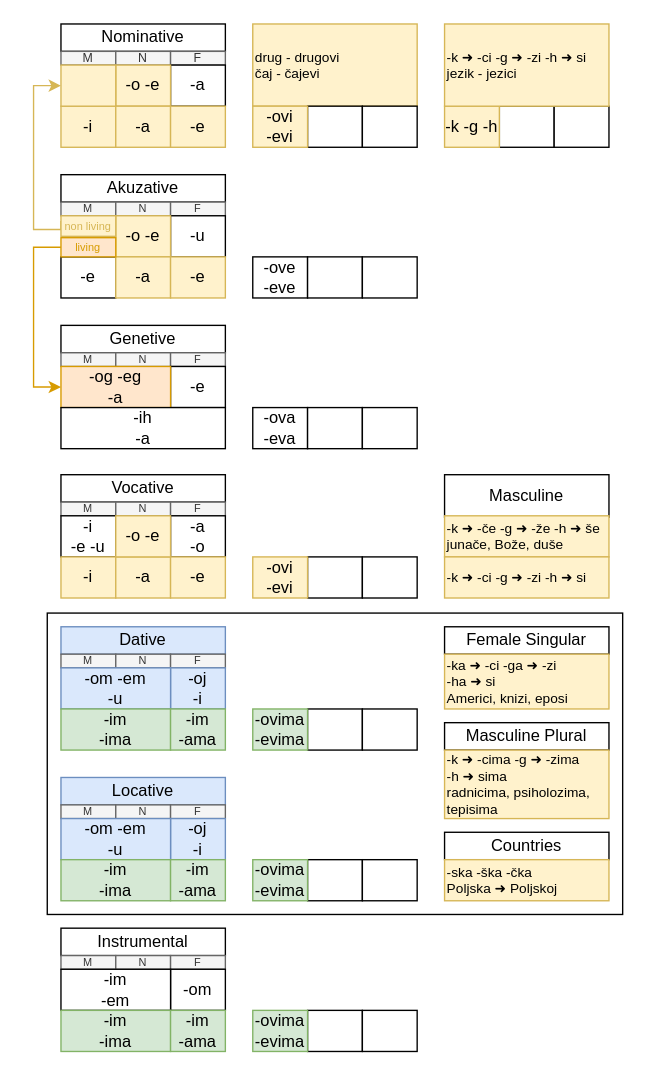
The draw.io diagram padezi.drawio in vlandivir/srpski, before the edit. Source tidied: cells renumbered, new cells numbered last; positions are measured from the earlier drawing's top-left corner, leaving out a move shared by most shapes. Both pictures are drawn from the tidied source at 137%, with x=0, y=0 at pixel (33, 23).
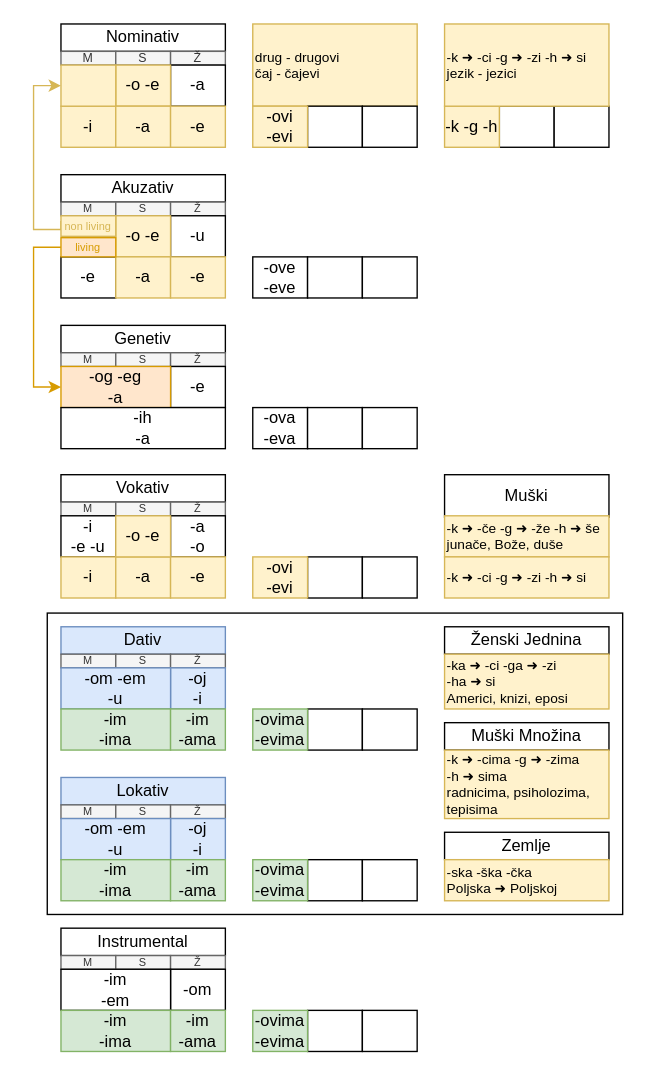
The same diagram, later.

Diff of the diagram source:
```diff
@@
-    <mxCell id="3" value="Masculine" style="rounded=0;whiteSpace=wrap;html=1;" parent="1" vertex="1">
+    <mxCell id="3" value="Muški" style="rounded=0;whiteSpace=wrap;html=1;" parent="1" vertex="1">
       <mxGeometry x="300" y="329" width="120" height="31" as="geometry" />
     </mxCell>
@@
-    <mxCell id="5" value="Nominative" style="rounded=0;whiteSpace=wrap;html=1;" parent="1" vertex="1">
+    <mxCell id="5" value="Nominativ" style="rounded=0;whiteSpace=wrap;html=1;" parent="1" vertex="1">
       <mxGeometry x="20" width="120" height="20" as="geometry" />
     </mxCell>
-    <mxCell id="6" value="M" style="rounded=0;whiteSpace=wrap;html=1;fillColor=#f5f5f5;fontColor=#333333;strokeColor=#666666;fontSize=9;" parent="1" vertex="1">
+    <mxCell id="6" value="M" style="rounded=0;whiteSpace=wrap;html=1;fillColor=#f5f5f5;fontColor=#333333;strokeColor=#666666;fontSize=9;verticalAlign=middle;horizontal=1;" parent="1" vertex="1">
       <mxGeometry x="20" y="20" width="40" height="10" as="geometry" />
     </mxCell>
-    <mxCell id="7" value="N" style="rounded=0;whiteSpace=wrap;html=1;fillColor=#f5f5f5;fontColor=#333333;strokeColor=#666666;fontSize=9;" parent="1" vertex="1">
+    <mxCell id="7" value="S" style="rounded=0;whiteSpace=wrap;html=1;fillColor=#f5f5f5;fontColor=#333333;strokeColor=#666666;fontSize=9;verticalAlign=middle;horizontal=1;" parent="1" vertex="1">
       <mxGeometry x="60" y="20" width="40" height="10" as="geometry" />
     </mxCell>
-    <mxCell id="8" value="F" style="rounded=0;whiteSpace=wrap;html=1;fillColor=#f5f5f5;fontColor=#333333;strokeColor=#666666;fontSize=9;" parent="1" vertex="1">
+    <mxCell id="8" value="Ž" style="rounded=0;whiteSpace=wrap;html=1;fillColor=#f5f5f5;fontColor=#333333;strokeColor=#666666;fontSize=9;verticalAlign=middle;horizontal=1;" parent="1" vertex="1">
       <mxGeometry x="100" y="20" width="40" height="10" as="geometry" />
     </mxCell>
@@
-    <mxCell id="15" value="Akuzative" style="rounded=0;whiteSpace=wrap;html=1;" parent="1" vertex="1">
+    <mxCell id="15" value="Akuzativ" style="rounded=0;whiteSpace=wrap;html=1;" parent="1" vertex="1">
       <mxGeometry x="20" y="110" width="120" height="20" as="geometry" />
     </mxCell>
@@
-    <mxCell id="17" value="N" style="rounded=0;whiteSpace=wrap;html=1;fontSize=8;fillColor=#f5f5f5;fontColor=#333333;strokeColor=#666666;" parent="1" vertex="1">
+    <mxCell id="17" value="S" style="rounded=0;whiteSpace=wrap;html=1;fontSize=8;fillColor=#f5f5f5;fontColor=#333333;strokeColor=#666666;" parent="1" vertex="1">
       <mxGeometry x="60" y="130" width="40" height="10" as="geometry" />
     </mxCell>
-    <mxCell id="18" value="F" style="rounded=0;whiteSpace=wrap;html=1;fontSize=8;fillColor=#f5f5f5;fontColor=#333333;strokeColor=#666666;" parent="1" vertex="1">
+    <mxCell id="18" value="Ž" style="rounded=0;whiteSpace=wrap;html=1;fontSize=8;fillColor=#f5f5f5;fontColor=#333333;strokeColor=#666666;" parent="1" vertex="1">
       <mxGeometry x="100" y="130" width="40" height="10" as="geometry" />
     </mxCell>
@@
-    <mxCell id="25" value="Genetive" style="rounded=0;whiteSpace=wrap;html=1;" parent="1" vertex="1">
+    <mxCell id="25" value="Genetiv" style="rounded=0;whiteSpace=wrap;html=1;" parent="1" vertex="1">
       <mxGeometry x="20" y="220" width="120" height="20" as="geometry" />
     </mxCell>
@@
-    <mxCell id="27" value="N" style="rounded=0;whiteSpace=wrap;html=1;fontSize=8;fillColor=#f5f5f5;fontColor=#333333;strokeColor=#666666;" parent="1" vertex="1">
+    <mxCell id="27" value="S" style="rounded=0;whiteSpace=wrap;html=1;fontSize=8;fillColor=#f5f5f5;fontColor=#333333;strokeColor=#666666;" parent="1" vertex="1">
       <mxGeometry x="60" y="240" width="40" height="10" as="geometry" />
     </mxCell>
-    <mxCell id="28" value="F" style="rounded=0;whiteSpace=wrap;html=1;fontSize=8;fillColor=#f5f5f5;fontColor=#333333;strokeColor=#666666;" parent="1" vertex="1">
+    <mxCell id="28" value="Ž" style="rounded=0;whiteSpace=wrap;html=1;fontSize=8;fillColor=#f5f5f5;fontColor=#333333;strokeColor=#666666;" parent="1" vertex="1">
       <mxGeometry x="100" y="240" width="40" height="10" as="geometry" />
     </mxCell>
@@
-    <mxCell id="35" value="Dative" style="rounded=0;whiteSpace=wrap;html=1;fillColor=#dae8fc;strokeColor=#6c8ebf;" parent="1" vertex="1">
+    <mxCell id="35" value="Dativ" style="rounded=0;whiteSpace=wrap;html=1;fillColor=#dae8fc;strokeColor=#6c8ebf;" parent="1" vertex="1">
       <mxGeometry x="20" y="440" width="120" height="20" as="geometry" />
     </mxCell>
@@
-    <mxCell id="37" value="N" style="rounded=0;whiteSpace=wrap;html=1;fontSize=8;fillColor=#f5f5f5;fontColor=#333333;strokeColor=#666666;" parent="1" vertex="1">
+    <mxCell id="37" value="S" style="rounded=0;whiteSpace=wrap;html=1;fontSize=8;fillColor=#f5f5f5;fontColor=#333333;strokeColor=#666666;" parent="1" vertex="1">
       <mxGeometry x="60" y="460" width="40" height="10" as="geometry" />
     </mxCell>
-    <mxCell id="38" value="F" style="rounded=0;whiteSpace=wrap;html=1;fontSize=8;fillColor=#f5f5f5;fontColor=#333333;strokeColor=#666666;" parent="1" vertex="1">
+    <mxCell id="38" value="Ž" style="rounded=0;whiteSpace=wrap;html=1;fontSize=8;fillColor=#f5f5f5;fontColor=#333333;strokeColor=#666666;" parent="1" vertex="1">
       <mxGeometry x="100" y="460" width="40" height="10" as="geometry" />
     </mxCell>
@@
-    <mxCell id="43" value="Locative" style="rounded=0;whiteSpace=wrap;html=1;fillColor=#dae8fc;strokeColor=#6c8ebf;" parent="1" vertex="1">
+    <mxCell id="43" value="Lokativ" style="rounded=0;whiteSpace=wrap;html=1;fillColor=#dae8fc;strokeColor=#6c8ebf;" parent="1" vertex="1">
       <mxGeometry x="20" y="550" width="120" height="20" as="geometry" />
     </mxCell>
@@
-    <mxCell id="45" value="N" style="rounded=0;whiteSpace=wrap;html=1;fontSize=8;fillColor=#f5f5f5;fontColor=#333333;strokeColor=#666666;" parent="1" vertex="1">
+    <mxCell id="45" value="S" style="rounded=0;whiteSpace=wrap;html=1;fontSize=8;fillColor=#f5f5f5;fontColor=#333333;strokeColor=#666666;" parent="1" vertex="1">
       <mxGeometry x="60" y="570" width="40" height="10" as="geometry" />
     </mxCell>
-    <mxCell id="46" value="F" style="rounded=0;whiteSpace=wrap;html=1;fontSize=8;fillColor=#f5f5f5;fontColor=#333333;strokeColor=#666666;" parent="1" vertex="1">
+    <mxCell id="46" value="Ž" style="rounded=0;whiteSpace=wrap;html=1;fontSize=8;fillColor=#f5f5f5;fontColor=#333333;strokeColor=#666666;" parent="1" vertex="1">
       <mxGeometry x="100" y="570" width="40" height="10" as="geometry" />
     </mxCell>
@@
-    <mxCell id="53" value="N" style="rounded=0;whiteSpace=wrap;html=1;fontSize=8;fillColor=#f5f5f5;fontColor=#333333;strokeColor=#666666;" parent="1" vertex="1">
+    <mxCell id="53" value="S" style="rounded=0;whiteSpace=wrap;html=1;fontSize=8;fillColor=#f5f5f5;fontColor=#333333;strokeColor=#666666;" parent="1" vertex="1">
       <mxGeometry x="60" y="680" width="40" height="10" as="geometry" />
     </mxCell>
-    <mxCell id="54" value="F" style="rounded=0;whiteSpace=wrap;html=1;fontSize=8;fillColor=#f5f5f5;fontColor=#333333;strokeColor=#666666;" parent="1" vertex="1">
+    <mxCell id="54" value="Ž" style="rounded=0;whiteSpace=wrap;html=1;fontSize=8;fillColor=#f5f5f5;fontColor=#333333;strokeColor=#666666;" parent="1" vertex="1">
       <mxGeometry x="100" y="680" width="40" height="10" as="geometry" />
     </mxCell>
@@
-    <mxCell id="59" value="Vocative" style="rounded=0;whiteSpace=wrap;html=1;" parent="1" vertex="1">
+    <mxCell id="59" value="Vokativ" style="rounded=0;whiteSpace=wrap;html=1;" parent="1" vertex="1">
       <mxGeometry x="20" y="329" width="120" height="20" as="geometry" />
     </mxCell>
@@
-    <mxCell id="61" value="N" style="rounded=0;whiteSpace=wrap;html=1;fontSize=8;fillColor=#f5f5f5;fontColor=#333333;strokeColor=#666666;" parent="1" vertex="1">
+    <mxCell id="61" value="S" style="rounded=0;whiteSpace=wrap;html=1;fontSize=8;fillColor=#f5f5f5;fontColor=#333333;strokeColor=#666666;" parent="1" vertex="1">
       <mxGeometry x="60" y="349" width="40" height="10" as="geometry" />
     </mxCell>
-    <mxCell id="62" value="F" style="rounded=0;whiteSpace=wrap;html=1;fontSize=8;fillColor=#f5f5f5;fontColor=#333333;strokeColor=#666666;" parent="1" vertex="1">
+    <mxCell id="62" value="Ž" style="rounded=0;whiteSpace=wrap;html=1;fontSize=8;fillColor=#f5f5f5;fontColor=#333333;strokeColor=#666666;" parent="1" vertex="1">
       <mxGeometry x="100" y="349" width="40" height="10" as="geometry" />
     </mxCell>
@@
-    <mxCell id="97" value="Female Singular" style="rounded=0;whiteSpace=wrap;html=1;" parent="1" vertex="1">
+    <mxCell id="97" value="Ženski Jednina" style="rounded=0;whiteSpace=wrap;html=1;" parent="1" vertex="1">
       <mxGeometry x="300" y="440" width="120" height="20" as="geometry" />
     </mxCell>
@@
-    <mxCell id="99" value="Masculine Plural" style="rounded=0;whiteSpace=wrap;html=1;" parent="1" vertex="1">
+    <mxCell id="99" value="Muški Množina" style="rounded=0;whiteSpace=wrap;html=1;" parent="1" vertex="1">
       <mxGeometry x="300" y="510" width="120" height="20" as="geometry" />
     </mxCell>
@@
-    <mxCell id="101" value="Countries" style="rounded=0;whiteSpace=wrap;html=1;" parent="1" vertex="1">
+    <mxCell id="101" value="Zemlje" style="rounded=0;whiteSpace=wrap;html=1;" parent="1" vertex="1">
       <mxGeometry x="300" y="590" width="120" height="20" as="geometry" />
     </mxCell>
```
